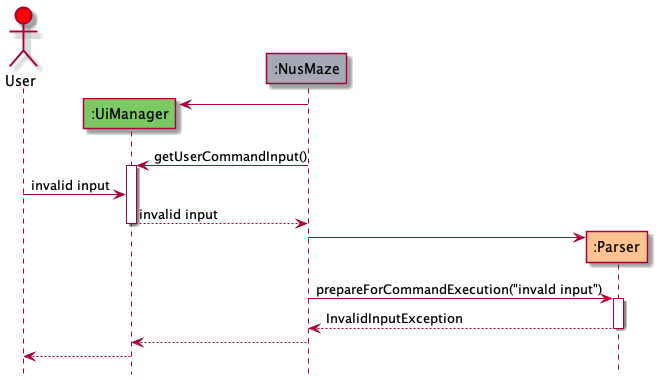
Earlier version of the PlantUML export docs/images/Parsersequencediagram.png (nus-cs2113-AY2021S2/tp).
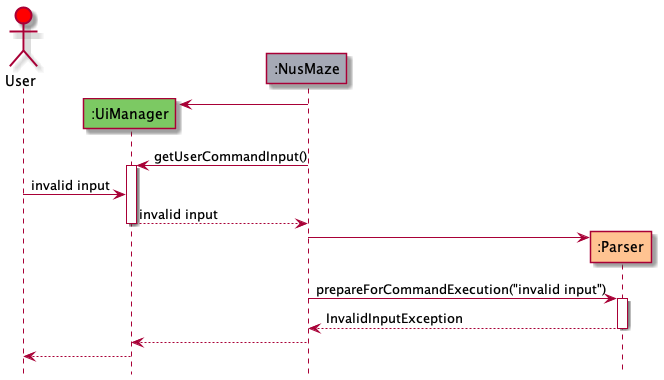
After the commit.

The edit, as a diff of the source:
```diff
@@ -14,7 +14,7 @@
 
 create parser
 nusMaze -> parser
-nusMaze -> parser ++ : prepareForCommandExecution("invald input")
+nusMaze -> parser ++ : prepareForCommandExecution("invalid input")
 return InvalidInputException
 
 nusMaze --> ui
```
